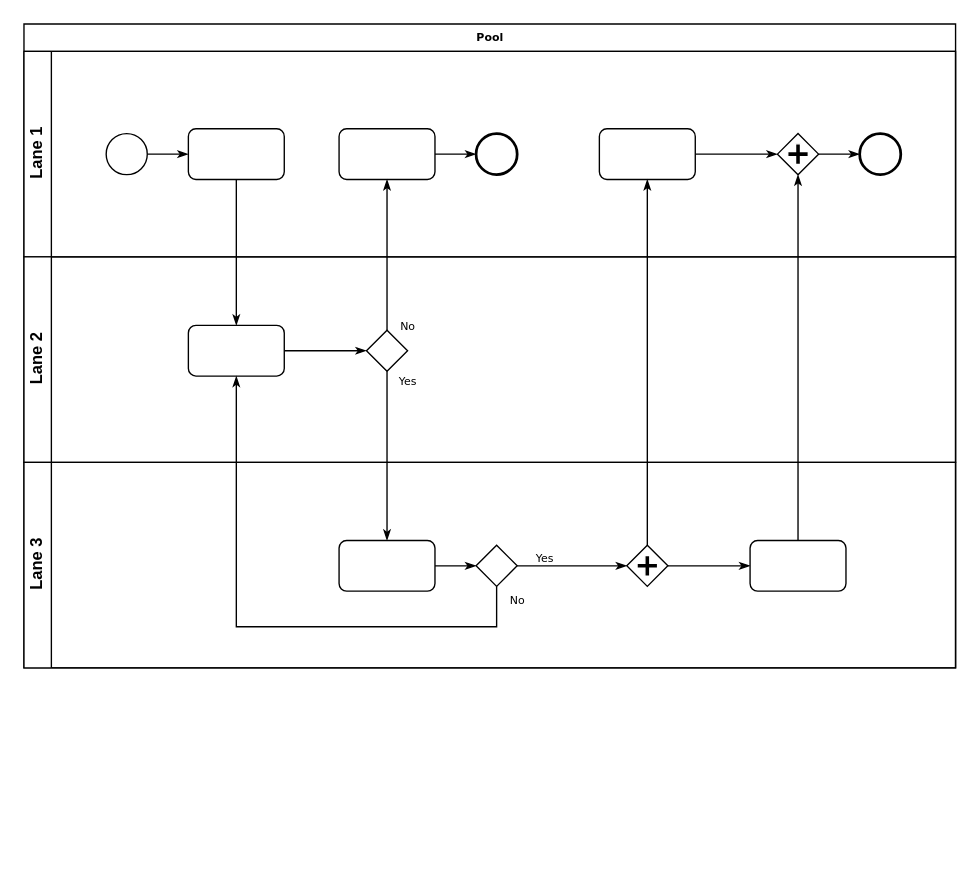
This is 2024 w4 Strategy.drawio from pst8r/P, a draw.io file, before an edit. Source tidied: cells renumbered, new cells numbered last; positions are measured from the earlier drawing's top-left corner, leaving out a move shared by most shapes. Both pictures are drawn from the tidied source at 137%, with x=0, y=0 at pixel (23, 23).
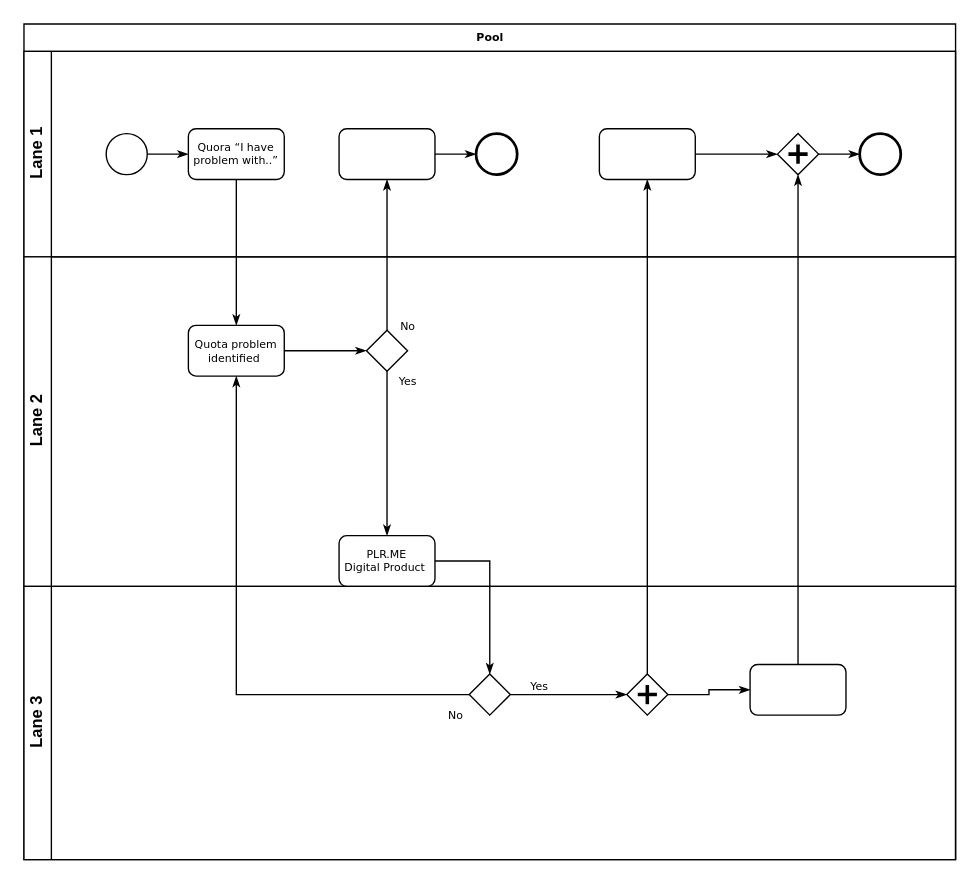
Above is the later version.

The change refers to these unchanged cells:
```xml
<mxCell id="3" value="Lane 1" style="swimlane;html=1;startSize=20;horizontal=0;" parent="2" vertex="1">
  <mxGeometry y="20" width="680" height="150" as="geometry" />
</mxCell>
<mxCell id="18" style="strokeWidth=1;html=1;shape=mxgraph.flowchart.decision;whiteSpace=wrap;rounded=1;shadow=0;labelBackgroundColor=none;fontFamily=Verdana;fontSize=8;align=center;" parent="15" vertex="1">
  <mxGeometry x="250" y="53.5" width="30" height="30" as="geometry" />
</mxCell>
```

What changed in the source:
```diff
@@
     <mxCell id="2" value="Pool" style="swimlane;html=1;horizontal=1;startSize=20;rounded=0;shadow=0;labelBackgroundColor=none;strokeWidth=1;fontFamily=Verdana;fontSize=8;align=center;" parent="1" vertex="1">
-      <mxGeometry width="680" height="470" as="geometry" />
+      <mxGeometry width="680" height="610" as="geometry" />
     </mxCell>
@@
-    <mxCell id="6" style="rounded=1;whiteSpace=wrap;html=1;shadow=0;labelBackgroundColor=none;strokeWidth=1;fontFamily=Verdana;fontSize=8;align=center;" parent="3" vertex="1">
-      <mxGeometry x="120" y="56.5" width="70" height="37" as="geometry" />
-    </mxCell>
@@
+    <mxCell id="6" value="Quora “I have problem with..”" style="rounded=1;whiteSpace=wrap;html=1;shadow=0;labelBackgroundColor=none;strokeWidth=1;fontFamily=Verdana;fontSize=8;align=center;" parent="3" vertex="1">
+      <mxGeometry x="120" y="56.5" width="70" height="37" as="geometry" />
+    </mxCell>
     <mxCell id="15" value="Lane 2" style="swimlane;html=1;startSize=20;horizontal=0;" parent="2" vertex="1">
-      <mxGeometry y="170" width="680" height="150" as="geometry" />
+      <mxGeometry y="170" width="680" height="240.5" as="geometry" />
     </mxCell>
@@
-    <mxCell id="17" style="rounded=1;whiteSpace=wrap;html=1;shadow=0;labelBackgroundColor=none;strokeWidth=1;fontFamily=Verdana;fontSize=8;align=center;" parent="15" vertex="1">
+    <mxCell id="17" value="Quota problem identified&amp;nbsp;" style="rounded=1;whiteSpace=wrap;html=1;shadow=0;labelBackgroundColor=none;strokeWidth=1;fontFamily=Verdana;fontSize=8;align=center;" parent="15" vertex="1">
       <mxGeometry x="120" y="50" width="70" height="37" as="geometry" />
     </mxCell>
@@
+    <mxCell id="21" value="PLR.ME&lt;br&gt;Digital Product&amp;nbsp;" style="rounded=1;whiteSpace=wrap;html=1;shadow=0;labelBackgroundColor=none;strokeWidth=1;fontFamily=Verdana;fontSize=8;align=center;" parent="15" vertex="1">
+      <mxGeometry x="230" y="203.5" width="70" height="37" as="geometry" />
+    </mxCell>
+    <mxCell id="29" value="Yes" style="edgeStyle=orthogonalEdgeStyle;rounded=0;html=1;labelBackgroundColor=none;startArrow=none;startFill=0;startSize=5;endArrow=classicThin;endFill=1;endSize=5;jettySize=auto;strokeWidth=1;fontFamily=Verdana;fontSize=8;" parent="15" edge="1" source="18" target="21">
+      <mxGeometry x="-0.89" y="15" relative="1" as="geometry" />
+    </mxCell>
     <mxCell id="19" value="Lane 3" style="swimlane;html=1;startSize=20;horizontal=0;" parent="2" vertex="1">
-      <mxGeometry y="320" width="680" height="150" as="geometry" />
+      <mxGeometry y="410.5" width="680" height="199.5" as="geometry" />
     </mxCell>
-    <mxCell id="20" style="edgeStyle=orthogonalEdgeStyle;rounded=0;html=1;labelBackgroundColor=none;startArrow=none;startFill=0;startSize=5;endArrow=classicThin;endFill=1;endSize=5;jettySize=auto;strokeWidth=1;fontFamily=Verdana;fontSize=8;" parent="19" edge="1" source="21" target="23">
-      <mxGeometry relative="1" as="geometry" />
-    </mxCell>
-    <mxCell id="21" style="rounded=1;whiteSpace=wrap;html=1;shadow=0;labelBackgroundColor=none;strokeWidth=1;fontFamily=Verdana;fontSize=8;align=center;" parent="19" vertex="1">
-      <mxGeometry x="230" y="57" width="70" height="37" as="geometry" />
-    </mxCell>
@@
     <mxCell id="23" style="strokeWidth=1;html=1;shape=mxgraph.flowchart.decision;whiteSpace=wrap;rounded=1;shadow=0;labelBackgroundColor=none;fontFamily=Verdana;fontSize=8;align=center;" parent="19" vertex="1">
-      <mxGeometry x="330" y="60.5" width="30" height="30" as="geometry" />
+      <mxGeometry x="325" y="64" width="30" height="30" as="geometry" />
     </mxCell>
@@
     <mxCell id="25" style="shape=mxgraph.bpmn.shape;html=1;verticalLabelPosition=bottom;labelBackgroundColor=#ffffff;verticalAlign=top;perimeter=rhombusPerimeter;background=gateway;outline=none;symbol=parallelGw;rounded=1;shadow=0;strokeWidth=1;fontFamily=Verdana;fontSize=8;align=center;" parent="19" vertex="1">
-      <mxGeometry x="440" y="60.5" width="30" height="30" as="geometry" />
+      <mxGeometry x="440" y="64" width="30" height="30" as="geometry" />
     </mxCell>
@@
-    <mxCell id="29" value="Yes" style="edgeStyle=orthogonalEdgeStyle;rounded=0;html=1;labelBackgroundColor=none;startArrow=none;startFill=0;startSize=5;endArrow=classicThin;endFill=1;endSize=5;jettySize=auto;strokeWidth=1;fontFamily=Verdana;fontSize=8;" parent="2" edge="1" source="18" target="21">
-      <mxGeometry x="-0.89" y="15" relative="1" as="geometry" />
-    </mxCell>
@@
     <mxCell id="31" value="No" style="edgeStyle=orthogonalEdgeStyle;rounded=0;html=1;labelBackgroundColor=none;startArrow=none;startFill=0;startSize=5;endArrow=classicThin;endFill=1;endSize=5;jettySize=auto;strokeWidth=1;fontFamily=Verdana;fontSize=8;" parent="2" edge="1" source="23" target="17">
       <mxGeometry x="-0.95" y="15" relative="1" as="geometry">
         <Array as="points">
-          <mxPoint x="345" y="440" />
-          <mxPoint x="155" y="440" />
+          <mxPoint x="155" y="489" />
         </Array>
       </mxGeometry>
     </mxCell>
@@
+    <mxCell id="20" style="edgeStyle=orthogonalEdgeStyle;rounded=0;html=1;labelBackgroundColor=none;startArrow=none;startFill=0;startSize=5;endArrow=classicThin;endFill=1;endSize=5;jettySize=auto;strokeWidth=1;fontFamily=Verdana;fontSize=8;" parent="2" edge="1" source="21" target="23">
+      <mxGeometry relative="1" as="geometry" />
+    </mxCell>
```
